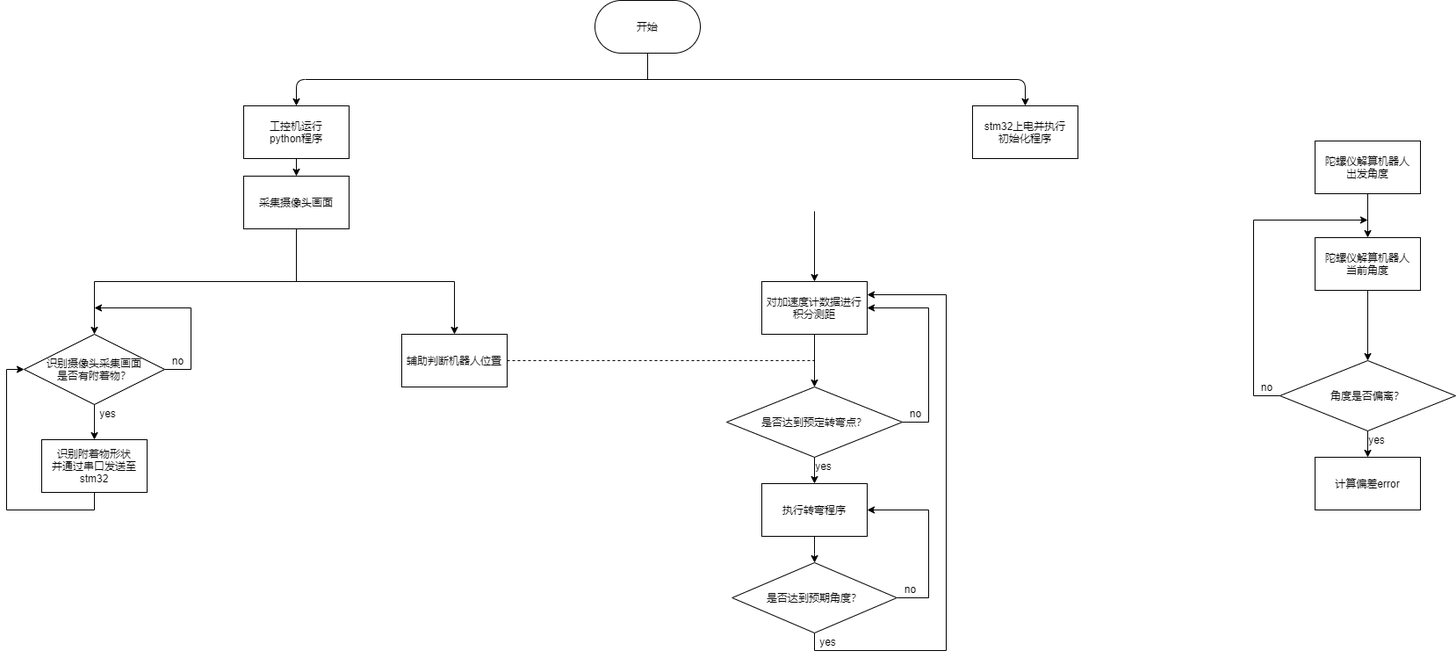
This is test.png from RightTriangle/RightTriangle.github.io, a draw.io export, as it was before one commit. Source tidied: cells renumbered, new cells last; positions are measured from the earlier drawing's top-left corner, leaving out a move shared by most shapes.
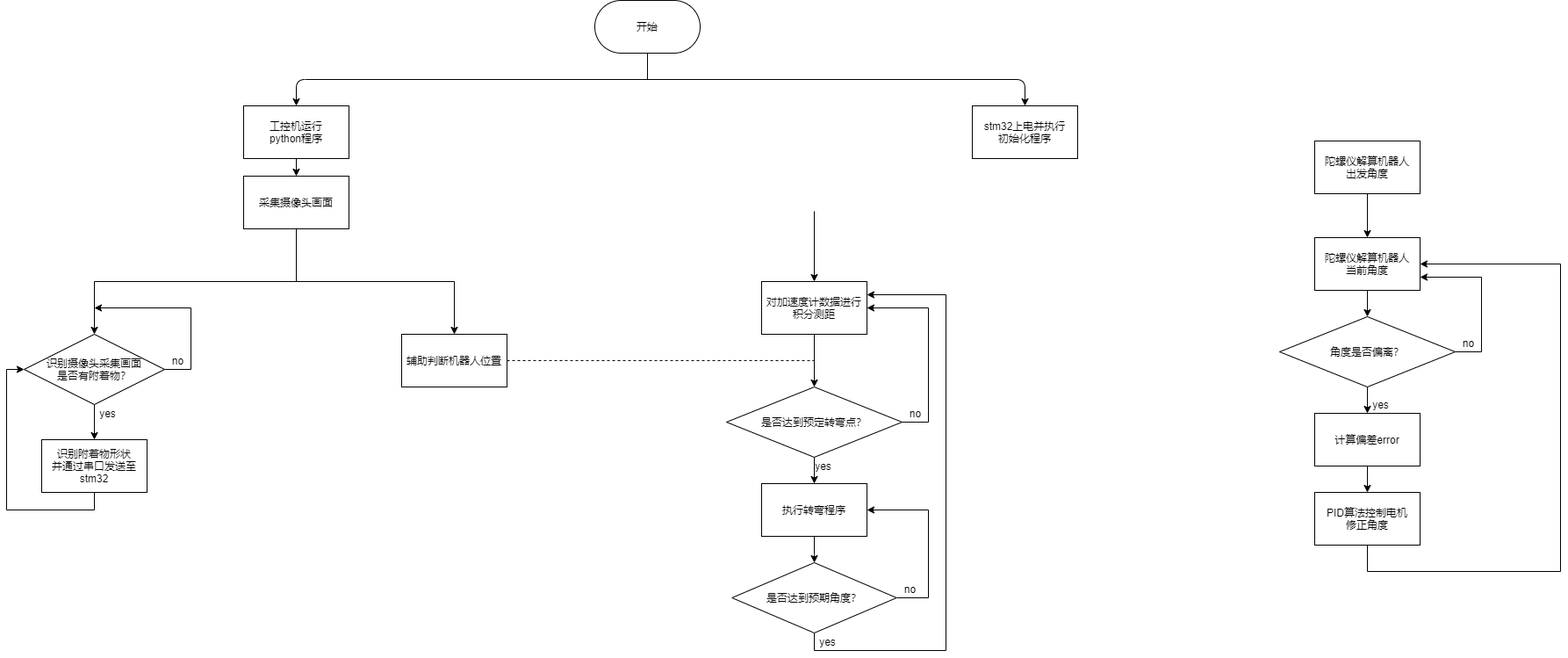
After the change.

Change to the diagram source:
```diff
@@ -83,16 +83,16 @@
     <mxCell id="22" style="edgeStyle=orthogonalEdgeStyle;rounded=0;jettySize=auto;html=1;" parent="1" edge="1" source="24" target="30">
       <mxGeometry relative="1" as="geometry" />
     </mxCell>
-    <mxCell id="23" style="edgeStyle=orthogonalEdgeStyle;rounded=0;jettySize=auto;html=1;" parent="1" edge="1" source="24">
-      <mxGeometry relative="1" as="geometry">
-        <mxPoint x="1530" y="250" as="targetPoint" />
-        <Array as="points">
-          <mxPoint x="1400" y="450" />
-        </Array>
-      </mxGeometry>
-    </mxCell>
+    <mxCell id="45" style="edgeStyle=orthogonalEdgeStyle;rounded=0;jettySize=auto;html=1;exitX=1;exitY=0.5;exitDx=0;exitDy=0;entryX=1;entryY=0.75;entryDx=0;entryDy=0;" parent="1" edge="1" source="24" target="28">
+      <mxGeometry relative="1" as="geometry">
+        <Array as="points">
+          <mxPoint x="1660" y="400" />
+          <mxPoint x="1660" y="315" />
+        </Array>
+      </mxGeometry>
+    </mxCell>
     <mxCell id="24" value="角度是否偏离？" style="rhombus;whiteSpace=wrap;html=1;" parent="1" vertex="1">
-      <mxGeometry x="1430" y="410" width="200" height="80" as="geometry" />
+      <mxGeometry x="1430" y="360" width="200" height="80" as="geometry" />
     </mxCell>
     <mxCell id="25" style="edgeStyle=orthogonalEdgeStyle;rounded=0;jettySize=auto;html=1;" parent="1" edge="1" source="27" target="36">
       <mxGeometry relative="1" as="geometry" />
@@ -114,11 +114,14 @@
     <mxCell id="29" style="endArrow=classic;html=1;entryX=0.5;entryY=0;entryDx=0;entryDy=0;exitX=0.5;exitY=1;exitDx=0;exitDy=0;" parent="1" edge="1" source="44" target="28">
       <mxGeometry relative="1" as="geometry" />
     </mxCell>
+    <mxCell id="46" style="edgeStyle=orthogonalEdgeStyle;rounded=0;jettySize=auto;html=1;" parent="1" edge="1" source="30" target="48">
+      <mxGeometry relative="1" as="geometry" />
+    </mxCell>
     <mxCell id="30" value="计算偏差error" style="whiteSpace=wrap;html=1;" parent="1" vertex="1">
-      <mxGeometry x="1470" y="520" width="120" height="60" as="geometry" />
+      <mxGeometry x="1470" y="470" width="120" height="60" as="geometry" />
     </mxCell>
     <mxCell id="31" value="yes" style="text;html=1;align=center;verticalAlign=middle;strokeColor=none;" parent="1" vertex="1">
-      <mxGeometry x="1525" y="490" width="30" height="20" as="geometry" />
+      <mxGeometry x="1530" y="450" width="30" height="20" as="geometry" />
     </mxCell>
     <mxCell id="32" style="endArrow=classic;html=1;exitX=0.5;exitY=1;exitDx=0;exitDy=0;entryX=0.5;entryY=0;entryDx=0;entryDy=0;" parent="1" edge="1" source="28" target="24">
       <mxGeometry relative="1" as="geometry" />
@@ -138,7 +141,7 @@
       <mxGeometry x="840" y="550" width="120" height="60" as="geometry" />
     </mxCell>
     <mxCell id="37" value="no" style="text;html=1;align=center;verticalAlign=middle;strokeColor=none;" parent="1" vertex="1">
-      <mxGeometry x="1400" y="430" width="30" height="20" as="geometry" />
+      <mxGeometry x="1630" y="380" width="30" height="20" as="geometry" />
     </mxCell>
     <mxCell id="38" style="edgeStyle=orthogonalEdgeStyle;rounded=0;jettySize=auto;html=1;exitX=1;exitY=0.5;exitDx=0;exitDy=0;entryX=1;entryY=0.5;entryDx=0;entryDy=0;" parent="1" edge="1" source="40" target="36">
       <mxGeometry relative="1" as="geometry">
@@ -172,5 +175,17 @@
     <mxCell id="44" value="陀螺仪解算机器人&lt;br&gt;出发角度" style="rounded=0;whiteSpace=wrap;html=1;" parent="1" vertex="1">
       <mxGeometry x="1470" y="160" width="120" height="60" as="geometry" />
     </mxCell>
+    <mxCell id="47" style="edgeStyle=orthogonalEdgeStyle;rounded=0;jettySize=auto;html=1;exitX=0.5;exitY=1;exitDx=0;exitDy=0;entryX=1;entryY=0.5;entryDx=0;entryDy=0;" parent="1" edge="1" source="48" target="28">
+      <mxGeometry relative="1" as="geometry">
+        <Array as="points">
+          <mxPoint x="1530" y="650" />
+          <mxPoint x="1750" y="650" />
+          <mxPoint x="1750" y="300" />
+        </Array>
+      </mxGeometry>
+    </mxCell>
+    <mxCell id="48" value="PID算法控制电机&lt;br&gt;修正角度" style="whiteSpace=wrap;html=1;" parent="1" vertex="1">
+      <mxGeometry x="1470" y="560" width="120" height="60" as="geometry" />
+    </mxCell>
   </root>
 </mxGraphModel>
```
